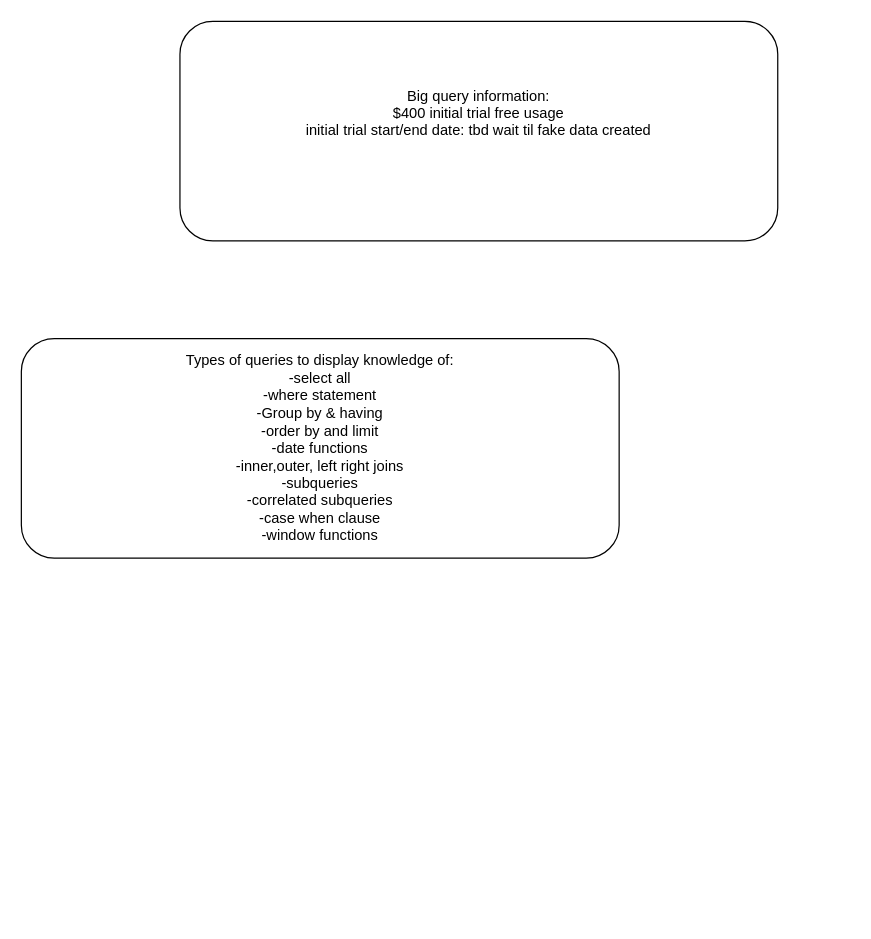
ACummings23/DS-SQL-Exercise keeps this draw.io diagram as page "Page-2" (3 of 3) of Untitled Diagram.drawio. Above is the earlier version. Source tidied: cells renumbered, new cells numbered last; positions are measured from the earlier drawing's top-left corner, leaving out a move shared by most shapes. Both pictures are drawn from the tidied source at 122%, with x=0, y=0 at pixel (21, 21).
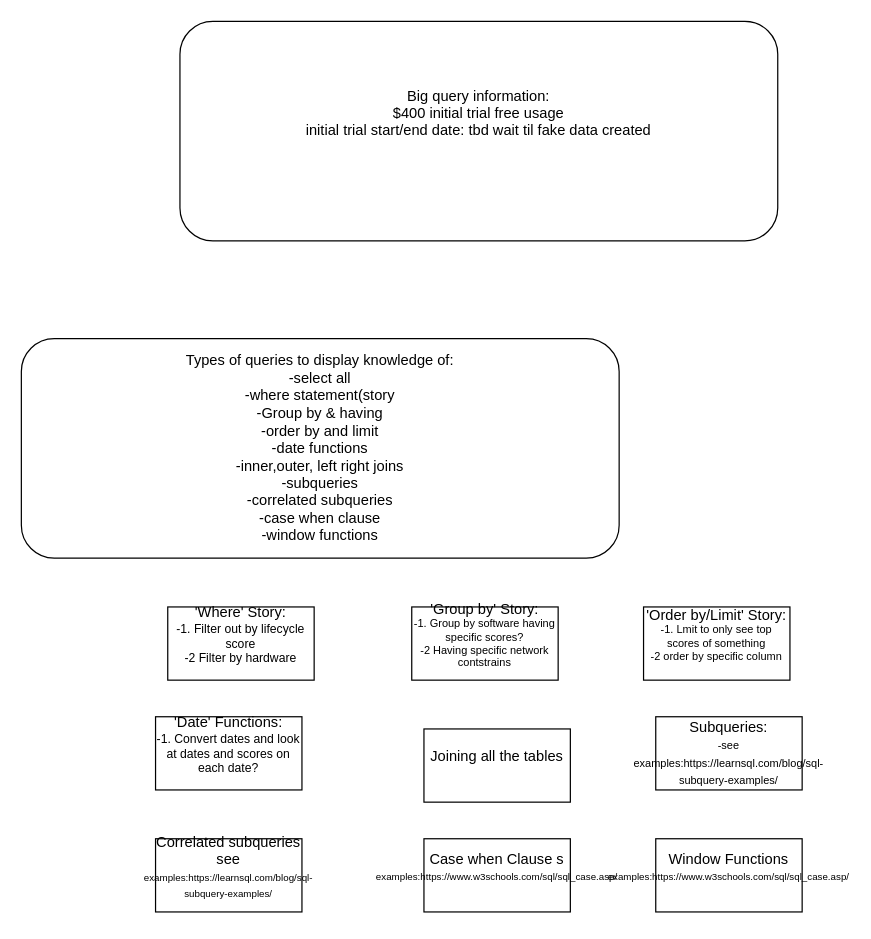
The same page after the edit.

What changed in the source:
```diff
@@
 <mxGraphModel>
   <root>
     <mxCell id="0" />
     <mxCell id="1" parent="0" />
     <mxCell id="2" value="&lt;div&gt;Big query information:&lt;/div&gt;&lt;div&gt;$400 initial trial free usage&lt;/div&gt;&lt;div&gt;initial trial start/end date: tbd wait til fake data created &lt;br&gt;&lt;/div&gt;&lt;div&gt;&lt;br&gt;&lt;/div&gt;&lt;div&gt;&lt;br&gt;&lt;/div&gt;" style="rounded=1;whiteSpace=wrap;html=1;" parent="1" vertex="1">
       <mxGeometry x="130" width="490" height="180" as="geometry" />
     </mxCell>
-    <mxCell id="3" value="&lt;div&gt;Types of queries to display knowledge of:&lt;/div&gt;&lt;div&gt;-select all&lt;/div&gt;&lt;div&gt;-where statement&lt;/div&gt;&lt;div&gt;-Group by &amp;amp; having&lt;/div&gt;&lt;div&gt;-order by and limit&lt;/div&gt;&lt;div&gt;-date functions&lt;/div&gt;&lt;div&gt;-inner,outer, left right joins&lt;/div&gt;&lt;div&gt;-subqueries&lt;/div&gt;&lt;div&gt;-correlated subqueries&lt;/div&gt;&lt;div&gt;-case when clause&lt;/div&gt;&lt;div&gt;-window functions&lt;br&gt;&lt;/div&gt;" style="rounded=1;whiteSpace=wrap;html=1;" parent="1" vertex="1">
+    <mxCell id="3" value="&lt;div&gt;Types of queries to display knowledge of:&lt;/div&gt;&lt;div&gt;-select all&lt;/div&gt;&lt;div&gt;-where statement(story&lt;br&gt;&lt;/div&gt;&lt;div&gt;-Group by &amp;amp; having&lt;/div&gt;&lt;div&gt;-order by and limit&lt;/div&gt;&lt;div&gt;-date functions&lt;/div&gt;&lt;div&gt;-inner,outer, left right joins&lt;/div&gt;&lt;div&gt;-subqueries&lt;/div&gt;&lt;div&gt;-correlated subqueries&lt;/div&gt;&lt;div&gt;-case when clause&lt;/div&gt;&lt;div&gt;-window functions&lt;br&gt;&lt;/div&gt;" style="rounded=1;whiteSpace=wrap;html=1;" parent="1" vertex="1">
       <mxGeometry y="260" width="490" height="180" as="geometry" />
     </mxCell>
+    <mxCell id="4" value="&lt;div&gt;'Where' Story:&lt;/div&gt;&lt;div style=&quot;font-size: 10px;&quot;&gt;&lt;font style=&quot;font-size: 10px;&quot;&gt;-1. Filter out by lifecycle score&lt;/font&gt;&lt;/div&gt;&lt;div style=&quot;font-size: 10px;&quot;&gt;&lt;font style=&quot;font-size: 10px;&quot;&gt;-2 Filter by hardware&lt;/font&gt;&lt;/div&gt;&lt;div&gt;&lt;br&gt;&lt;/div&gt;" style="rounded=0;whiteSpace=wrap;html=1;strokeWidth=1;fillColor=none;" parent="1" vertex="1">
+      <mxGeometry x="120" y="480" width="120" height="60" as="geometry" />
+    </mxCell>
+    <mxCell id="5" value="&lt;div&gt;'Group by' Story:&lt;/div&gt;&lt;div style=&quot;font-size: 9px;&quot;&gt;&lt;font style=&quot;font-size: 9px;&quot;&gt;-1. Group by software having specific scores?&lt;br&gt;&lt;/font&gt;&lt;/div&gt;&lt;div style=&quot;font-size: 9px;&quot;&gt;&lt;font style=&quot;font-size: 9px;&quot;&gt;&lt;font style=&quot;font-size: 9px;&quot;&gt;-2 Having specific network contstrains &lt;/font&gt;&lt;br&gt;&lt;/font&gt;&lt;/div&gt;&lt;div&gt;&lt;br&gt;&lt;/div&gt;" style="rounded=0;whiteSpace=wrap;html=1;strokeWidth=1;fillColor=none;" parent="1" vertex="1">
+      <mxGeometry x="320" y="480" width="120" height="60" as="geometry" />
+    </mxCell>
+    <mxCell id="6" value="&lt;div&gt;'Order by/Limit' Story:&lt;/div&gt;&lt;div style=&quot;font-size: 9px;&quot;&gt;&lt;font style=&quot;font-size: 9px;&quot;&gt;-1. Lmit to only see top scores of something &lt;br&gt;&lt;/font&gt;&lt;/div&gt;&lt;div style=&quot;font-size: 9px;&quot;&gt;&lt;font style=&quot;font-size: 9px;&quot;&gt;&lt;font style=&quot;font-size: 9px;&quot;&gt;-2 &lt;/font&gt;order by specific column&lt;br&gt;&lt;/font&gt;&lt;/div&gt;&lt;div&gt;&lt;br&gt;&lt;/div&gt;" style="rounded=0;whiteSpace=wrap;html=1;strokeWidth=1;fillColor=none;" parent="1" vertex="1">
+      <mxGeometry x="510" y="480" width="120" height="60" as="geometry" />
+    </mxCell>
+    <mxCell id="7" value="&lt;div&gt;'Date' Functions:&lt;/div&gt;&lt;div style=&quot;font-size: 10px;&quot;&gt;&lt;font style=&quot;font-size: 10px;&quot;&gt;-1. Convert dates and look at dates and scores on each date?&lt;br&gt;&lt;/font&gt;&lt;/div&gt;&lt;div&gt;&lt;br&gt;&lt;/div&gt;" style="rounded=0;whiteSpace=wrap;html=1;strokeWidth=1;fillColor=none;" parent="1" vertex="1">
+      <mxGeometry x="110" y="570" width="120" height="60" as="geometry" />
+    </mxCell>
+    <mxCell id="8" value="&lt;div&gt;Joining all the tables&lt;br&gt;&lt;/div&gt;&lt;div&gt;&lt;br&gt;&lt;/div&gt;" style="rounded=0;whiteSpace=wrap;html=1;strokeWidth=1;fillColor=none;" parent="1" vertex="1">
+      <mxGeometry x="330" y="580" width="120" height="60" as="geometry" />
+    </mxCell>
+    <mxCell id="9" value="&lt;div&gt;Subqueries:&lt;/div&gt;&lt;div&gt;&lt;font style=&quot;font-size: 9px;&quot;&gt;-see examples:https://learnsql.com/blog/sql-subquery-examples/&lt;/font&gt;&lt;/div&gt;" style="rounded=0;whiteSpace=wrap;html=1;strokeWidth=1;fillColor=none;" parent="1" vertex="1">
+      <mxGeometry x="520" y="570" width="120" height="60" as="geometry" />
+    </mxCell>
+    <mxCell id="10" value="&lt;div style=&quot;font-size: 11px;&quot;&gt;&lt;font style=&quot;font-size: 12px;&quot;&gt;Correlated subqueries see &lt;/font&gt;&lt;font style=&quot;font-size: 8px;&quot;&gt;examples:https://learnsql.com/blog/sql-subquery-examples/&lt;/font&gt;&lt;br&gt;&lt;/div&gt;&lt;div&gt;&lt;br&gt;&lt;/div&gt;" style="rounded=0;whiteSpace=wrap;html=1;strokeWidth=1;fillColor=none;" parent="1" vertex="1">
+      <mxGeometry x="110" y="670" width="120" height="60" as="geometry" />
+    </mxCell>
+    <mxCell id="11" value="&lt;div style=&quot;font-size: 11px;&quot;&gt;&lt;font style=&quot;font-size: 12px;&quot;&gt;Case when Clause s &lt;/font&gt;&lt;font style=&quot;font-size: 8px;&quot;&gt;examples:https://www.w3schools.com/sql/sql_case.asp/&lt;/font&gt;&lt;br&gt;&lt;/div&gt;&lt;div&gt;&lt;br&gt;&lt;/div&gt;" style="rounded=0;whiteSpace=wrap;html=1;strokeWidth=1;fillColor=none;" parent="1" vertex="1">
+      <mxGeometry x="330" y="670" width="120" height="60" as="geometry" />
+    </mxCell>
+    <mxCell id="12" value="&lt;div style=&quot;font-size: 11px;&quot;&gt;&lt;font style=&quot;font-size: 12px;&quot;&gt;Window Functions &lt;/font&gt;&lt;font style=&quot;font-size: 8px;&quot;&gt;examples:https://www.w3schools.com/sql/sql_case.asp/&lt;/font&gt;&lt;br&gt;&lt;/div&gt;&lt;div&gt;&lt;br&gt;&lt;/div&gt;" style="rounded=0;whiteSpace=wrap;html=1;strokeWidth=1;fillColor=none;" parent="1" vertex="1">
+      <mxGeometry x="520" y="670" width="120" height="60" as="geometry" />
+    </mxCell>
   </root>
 </mxGraphModel>
```
